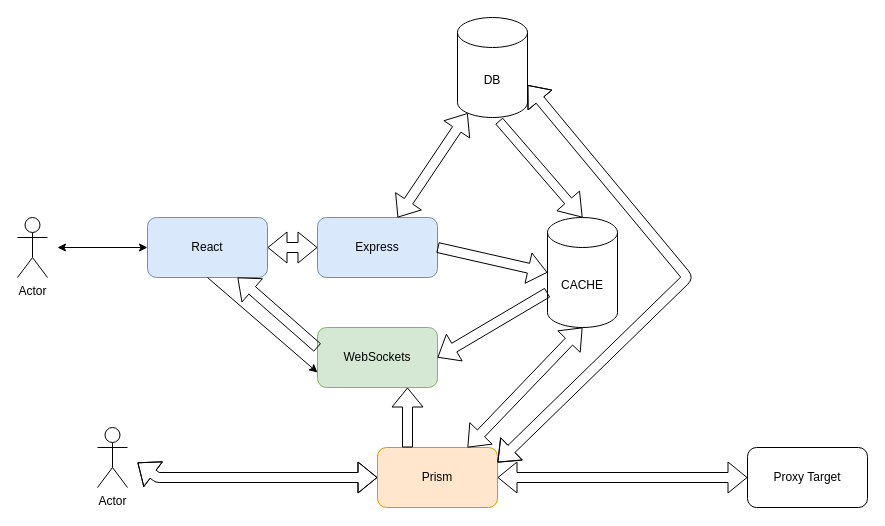
The draw.io diagram project/Untitled Diagram.drawio in MarkoVcode/Insect, before the edit. Source tidied: cells renumbered, new cells numbered last; positions are measured from the earlier drawing's top-left corner, leaving out a move shared by most shapes. Both pictures are drawn from the tidied source at 100%, with x=0, y=0 at pixel (17, 17).
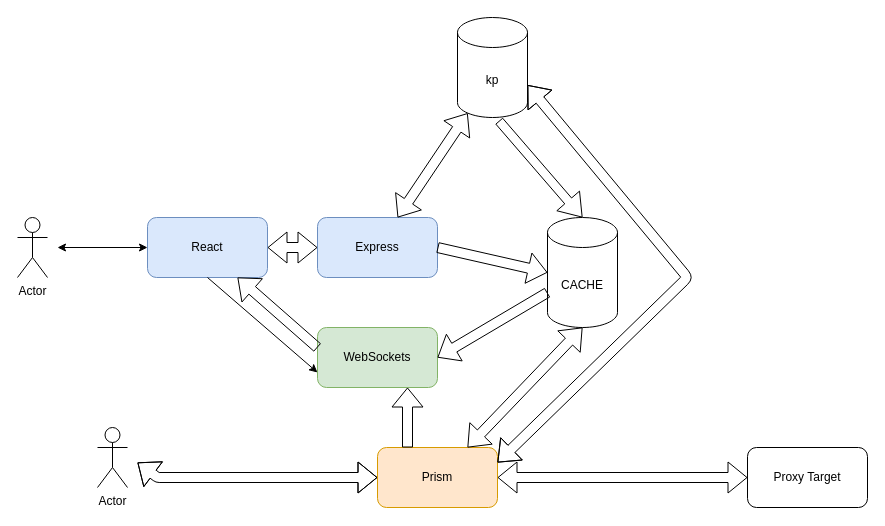
Above is the later version.

What changed in the source:
```diff
@@
-    <mxCell id="5" value="DB" style="shape=cylinder3;whiteSpace=wrap;html=1;boundedLbl=1;backgroundOutline=1;size=15;" parent="1" vertex="1">
+    <mxCell id="5" value="kp" style="shape=cylinder3;whiteSpace=wrap;html=1;boundedLbl=1;backgroundOutline=1;size=15;" parent="1" vertex="1">
       <mxGeometry x="440" width="70" height="100" as="geometry" />
     </mxCell>
```
